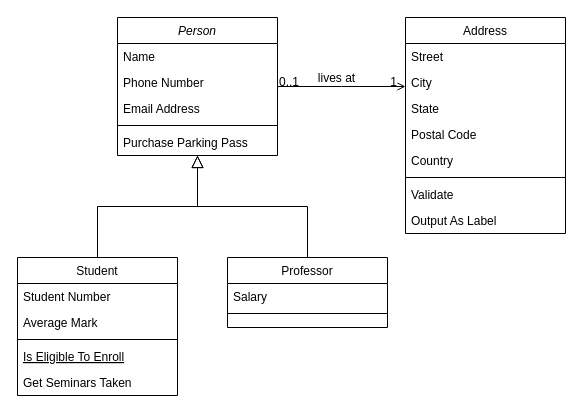
aibeek/aibeek keeps this draw.io diagram as Диаграмма без названия.drawio. Above is the earlier version. Source tidied: cells renumbered, new cells numbered last; positions are measured from the earlier drawing's top-left corner, leaving out a move shared by most shapes. Both pictures are drawn from the tidied source at 100%, with x=0, y=0 at pixel (17, 17).
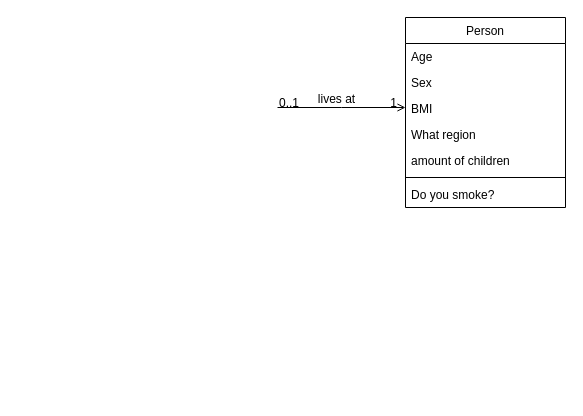
After the change.

What changed in the source:
```diff
@@
-    <mxCell id="2" value="Person" style="swimlane;fontStyle=2;align=center;verticalAlign=top;horizontal=1;startSize=26;rounded=0;shadow=0;strokeWidth=1;" parent="1" vertex="1">
-      <mxGeometry x="100" width="160" height="138" as="geometry" />
-    </mxCell>
-    <mxCell id="3" value="Name" style="text;align=left;verticalAlign=top;spacingLeft=4;spacingRight=4;overflow=hidden;" parent="2" vertex="1">
-      <mxGeometry y="26" width="160" height="26" as="geometry" />
-    </mxCell>
-    <mxCell id="4" value="Phone Number" style="text;align=left;verticalAlign=top;spacingLeft=4;spacingRight=4;overflow=hidden;rounded=0;shadow=0;html=0;" parent="2" vertex="1">
-      <mxGeometry y="52" width="160" height="26" as="geometry" />
-    </mxCell>
-    <mxCell id="5" value="Email Address" style="text;align=left;verticalAlign=top;spacingLeft=4;spacingRight=4;overflow=hidden;rounded=0;shadow=0;html=0;" parent="2" vertex="1">
-      <mxGeometry y="78" width="160" height="26" as="geometry" />
-    </mxCell>
-    <mxCell id="6" style="line;html=1;strokeWidth=1;align=left;verticalAlign=middle;spacingTop=-1;spacingLeft=3;spacingRight=3;labelPosition=right;" parent="2" vertex="1">
-      <mxGeometry y="104" width="160" height="8" as="geometry" />
-    </mxCell>
-    <mxCell id="7" value="Purchase Parking Pass" style="text;align=left;verticalAlign=top;spacingLeft=4;spacingRight=4;overflow=hidden;" parent="2" vertex="1">
-      <mxGeometry y="112" width="160" height="26" as="geometry" />
-    </mxCell>
-    <mxCell id="8" value="Student" style="swimlane;fontStyle=0;align=center;verticalAlign=top;horizontal=1;startSize=26;rounded=0;shadow=0;strokeWidth=1;" parent="1" vertex="1">
-      <mxGeometry y="240" width="160" height="138" as="geometry" />
-    </mxCell>
-    <mxCell id="9" value="Student Number" style="text;align=left;verticalAlign=top;spacingLeft=4;spacingRight=4;overflow=hidden;" parent="8" vertex="1">
-      <mxGeometry y="26" width="160" height="26" as="geometry" />
-    </mxCell>
-    <mxCell id="10" value="Average Mark" style="text;align=left;verticalAlign=top;spacingLeft=4;spacingRight=4;overflow=hidden;rounded=0;shadow=0;html=0;" parent="8" vertex="1">
-      <mxGeometry y="52" width="160" height="26" as="geometry" />
-    </mxCell>
-    <mxCell id="11" style="line;html=1;strokeWidth=1;align=left;verticalAlign=middle;spacingTop=-1;spacingLeft=3;spacingRight=3;labelPosition=right;" parent="8" vertex="1">
-      <mxGeometry y="78" width="160" height="8" as="geometry" />
-    </mxCell>
-    <mxCell id="12" value="Is Eligible To Enroll" style="text;align=left;verticalAlign=top;spacingLeft=4;spacingRight=4;overflow=hidden;fontStyle=4;" parent="8" vertex="1">
-      <mxGeometry y="86" width="160" height="26" as="geometry" />
-    </mxCell>
-    <mxCell id="13" value="Get Seminars Taken" style="text;align=left;verticalAlign=top;spacingLeft=4;spacingRight=4;overflow=hidden;" parent="8" vertex="1">
-      <mxGeometry y="112" width="160" height="26" as="geometry" />
-    </mxCell>
-    <mxCell id="14" style="endArrow=block;endSize=10;endFill=0;shadow=0;strokeWidth=1;rounded=0;edgeStyle=elbowEdgeStyle;elbow=vertical;" parent="1" edge="1" source="8" target="2">
-      <mxGeometry relative="1" as="geometry" />
-    </mxCell>
-    <mxCell id="15" value="Professor" style="swimlane;fontStyle=0;align=center;verticalAlign=top;horizontal=1;startSize=26;rounded=0;shadow=0;strokeWidth=1;" parent="1" vertex="1">
-      <mxGeometry x="210" y="240" width="160" height="70" as="geometry" />
-    </mxCell>
-    <mxCell id="16" value="Salary" style="text;align=left;verticalAlign=top;spacingLeft=4;spacingRight=4;overflow=hidden;" parent="15" vertex="1">
-      <mxGeometry y="26" width="160" height="26" as="geometry" />
-    </mxCell>
-    <mxCell id="17" style="line;html=1;strokeWidth=1;align=left;verticalAlign=middle;spacingTop=-1;spacingLeft=3;spacingRight=3;labelPosition=right;" parent="15" vertex="1">
-      <mxGeometry y="52" width="160" height="8" as="geometry" />
-    </mxCell>
-    <mxCell id="18" style="endArrow=block;endSize=10;endFill=0;shadow=0;strokeWidth=1;rounded=0;edgeStyle=elbowEdgeStyle;elbow=vertical;" parent="1" edge="1" source="15" target="2">
-      <mxGeometry relative="1" as="geometry" />
-    </mxCell>
-    <mxCell id="19" value="Address" style="swimlane;fontStyle=0;align=center;verticalAlign=top;horizontal=1;startSize=26;rounded=0;shadow=0;strokeWidth=1;" parent="1" vertex="1">
-      <mxGeometry x="388" width="160" height="216" as="geometry" />
+    <mxCell id="19" value="Person" style="swimlane;fontStyle=0;align=center;verticalAlign=top;horizontal=1;startSize=26;rounded=0;shadow=0;strokeWidth=1;" parent="1" vertex="1">
+      <mxGeometry x="388" width="160" height="190" as="geometry" />
     </mxCell>
-    <mxCell id="20" value="Street" style="text;align=left;verticalAlign=top;spacingLeft=4;spacingRight=4;overflow=hidden;" parent="19" vertex="1">
+    <mxCell id="20" value="Age" style="text;align=left;verticalAlign=top;spacingLeft=4;spacingRight=4;overflow=hidden;" parent="19" vertex="1">
       <mxGeometry y="26" width="160" height="26" as="geometry" />
     </mxCell>
-    <mxCell id="21" value="City" style="text;align=left;verticalAlign=top;spacingLeft=4;spacingRight=4;overflow=hidden;rounded=0;shadow=0;html=0;" parent="19" vertex="1">
+    <mxCell id="21" value="Sex" style="text;align=left;verticalAlign=top;spacingLeft=4;spacingRight=4;overflow=hidden;rounded=0;shadow=0;html=0;" parent="19" vertex="1">
       <mxGeometry y="52" width="160" height="26" as="geometry" />
     </mxCell>
-    <mxCell id="22" value="State" style="text;align=left;verticalAlign=top;spacingLeft=4;spacingRight=4;overflow=hidden;rounded=0;shadow=0;html=0;" parent="19" vertex="1">
+    <mxCell id="22" value="BMI" style="text;align=left;verticalAlign=top;spacingLeft=4;spacingRight=4;overflow=hidden;rounded=0;shadow=0;html=0;" parent="19" vertex="1">
       <mxGeometry y="78" width="160" height="26" as="geometry" />
     </mxCell>
-    <mxCell id="23" value="Postal Code" style="text;align=left;verticalAlign=top;spacingLeft=4;spacingRight=4;overflow=hidden;rounded=0;shadow=0;html=0;" parent="19" vertex="1">
+    <mxCell id="23" value="What region&#10;" style="text;align=left;verticalAlign=top;spacingLeft=4;spacingRight=4;overflow=hidden;rounded=0;shadow=0;html=0;" parent="19" vertex="1">
       <mxGeometry y="104" width="160" height="26" as="geometry" />
     </mxCell>
-    <mxCell id="24" value="Country" style="text;align=left;verticalAlign=top;spacingLeft=4;spacingRight=4;overflow=hidden;rounded=0;shadow=0;html=0;" parent="19" vertex="1">
+    <mxCell id="24" value="amount of children" style="text;align=left;verticalAlign=top;spacingLeft=4;spacingRight=4;overflow=hidden;rounded=0;shadow=0;html=0;" parent="19" vertex="1">
       <mxGeometry y="130" width="160" height="26" as="geometry" />
     </mxCell>
@@
-    <mxCell id="26" value="Validate" style="text;align=left;verticalAlign=top;spacingLeft=4;spacingRight=4;overflow=hidden;" parent="19" vertex="1">
-      <mxGeometry y="164" width="160" height="26" as="geometry" />
-    </mxCell>
-    <mxCell id="27" value="Output As Label" style="text;align=left;verticalAlign=top;spacingLeft=4;spacingRight=4;overflow=hidden;" parent="19" vertex="1">
-      <mxGeometry y="190" width="160" height="26" as="geometry" />
+    <mxCell id="27" value="Do you smoke?" style="text;align=left;verticalAlign=top;spacingLeft=4;spacingRight=4;overflow=hidden;" parent="19" vertex="1">
+      <mxGeometry y="164" width="160" height="26" as="geometry" />
     </mxCell>
-    <mxCell id="28" style="endArrow=open;shadow=0;strokeWidth=1;rounded=0;endFill=1;edgeStyle=elbowEdgeStyle;elbow=vertical;" parent="1" edge="1" source="2" target="19">
+    <mxCell id="28" style="endArrow=open;shadow=0;strokeWidth=1;rounded=0;endFill=1;edgeStyle=elbowEdgeStyle;elbow=vertical;" parent="1" edge="1" target="19">
       <mxGeometry x="0.5" y="41" relative="1" as="geometry">
+        <mxPoint x="260" y="90" as="sourcePoint" />
         <mxPoint x="-40" y="32" as="offset" />
       </mxGeometry>
     </mxCell>
```
